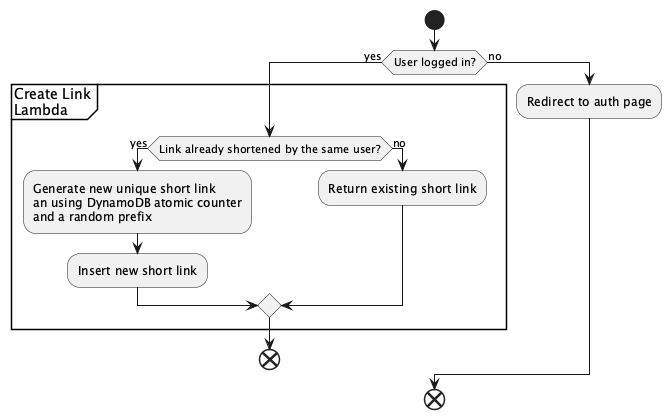
Earlier version of the PlantUML export images/flowchart_02_create_link.png (mourjo/liliput). Its diagram source:
```plantuml
@startuml


start
if (User logged in?) then (yes)
    partition "Create Link\nLambda" {
    if (Link already shortened by the same user?) then (yes)
    :Generate new unique short link\nan using DynamoDB atomic counter\nand a random prefix;
    :Insert new short link;
    else (no)
    :Return existing short link;
    endif
    }
end


else (no)
:Redirect to auth page;
endif
end


@enduml
```
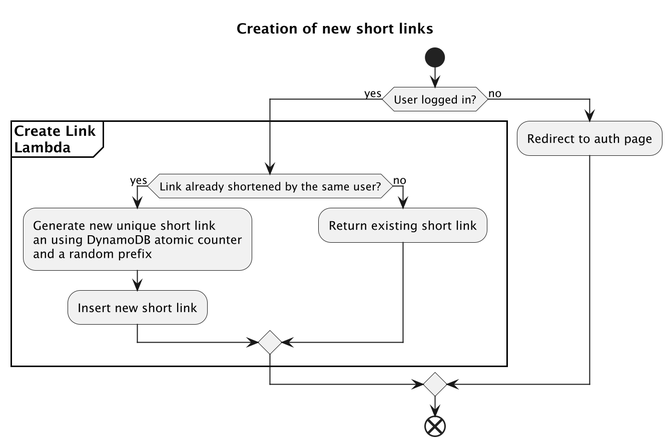
Later version of the same file.

Change to the diagram source:
```diff
@@ -1,9 +1,11 @@
 @startuml
 
+title "Creation of new short links"
+scale 2
 
 start
 if (User logged in?) then (yes)
-    partition "Create Link\nLambda" {
+    partition "**Create Link**\n**Lambda**" {
     if (Link already shortened by the same user?) then (yes)
     :Generate new unique short link\nan using DynamoDB atomic counter\nand a random prefix;
     :Insert new short link;
@@ -11,8 +13,6 @@
     :Return existing short link;
     endif
     }
-end
-
 
 else (no)
 :Redirect to auth page;
```
